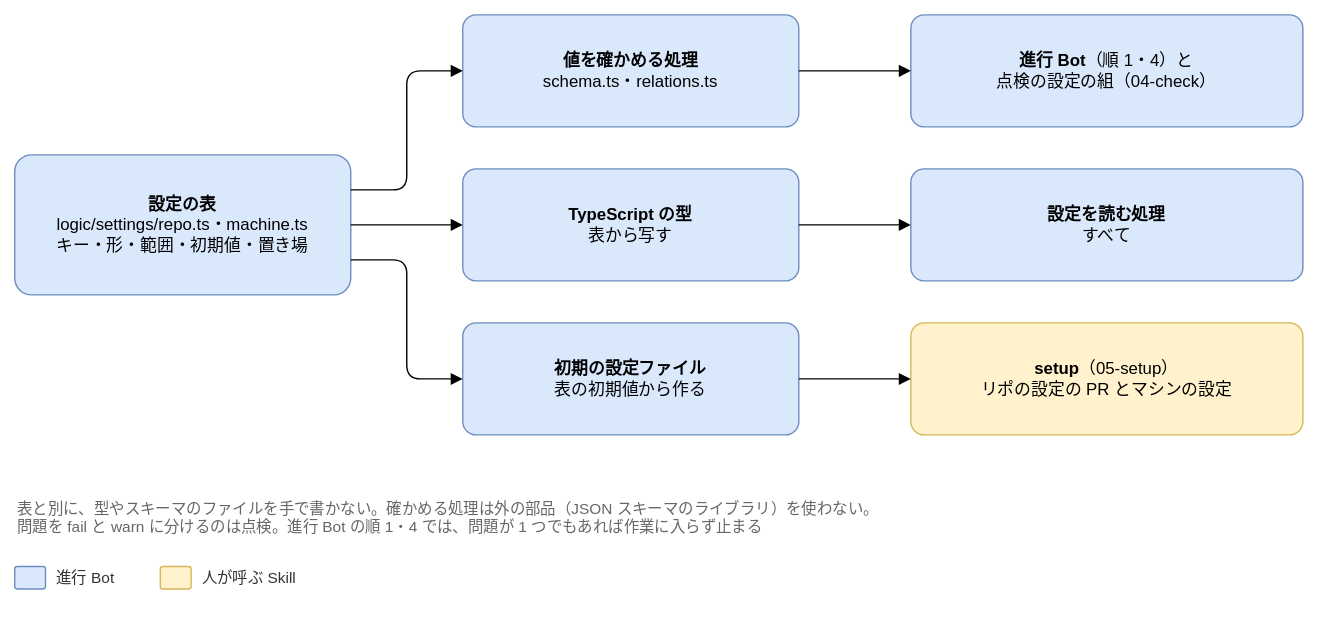
Joymerrevent/dev-autopilot keeps this draw.io diagram as docs/design/detailed/diagrams/02-settings-table.drawio.svg. Above is the earlier version. Source tidied: cells renumbered, new cells last; positions are measured from the earlier drawing's top-left corner, leaving out a move shared by most shapes. Its diagram source:
```xml
<mxGraphModel background="#ffffff">
  <root>
    <mxCell id="0" />
    <mxCell id="1" parent="0" />
    <mxCell id="2" value="&lt;b&gt;設定の表&lt;/b&gt;&lt;br&gt;logic/settings/repo.ts・machine.ts&lt;br&gt;キー・形・範囲・初期値・置き場" style="rounded=1;whiteSpace=wrap;html=1;fontSize=12;arcSize=12;spacing=12;fillColor=#dae8fc;strokeColor=#6c8ebf;" parent="1" vertex="1">
      <mxGeometry y="100" width="240" height="100" as="geometry" />
    </mxCell>
    <mxCell id="3" value="&lt;b&gt;値を確かめる処理&lt;/b&gt;&lt;br&gt;schema.ts・relations.ts" style="rounded=1;whiteSpace=wrap;html=1;fontSize=12;arcSize=12;spacing=12;fillColor=#dae8fc;strokeColor=#6c8ebf;" parent="1" vertex="1">
      <mxGeometry x="320" width="240" height="80" as="geometry" />
    </mxCell>
    <mxCell id="4" value="&lt;b&gt;進行 Bot&lt;/b&gt;（順 1・4）と&lt;br&gt;点検の設定の組（04-check）" style="rounded=1;whiteSpace=wrap;html=1;fontSize=12;arcSize=12;spacing=12;fillColor=#dae8fc;strokeColor=#6c8ebf;" parent="1" vertex="1">
      <mxGeometry x="640" width="280" height="80" as="geometry" />
    </mxCell>
    <mxCell id="5" style="edgeStyle=orthogonalEdgeStyle;rounded=1;html=1;endArrow=block;endFill=1;fontSize=11;labelBackgroundColor=#ffffff;exitX=1;exitY=0.25;exitDx=0;exitDy=0;entryX=0;entryY=0.5;entryDx=0;entryDy=0;" parent="1" edge="1" source="2" target="3">
      <mxGeometry relative="1" as="geometry">
        <Array as="points">
          <mxPoint x="280" y="125" />
          <mxPoint x="280" y="40" />
        </Array>
      </mxGeometry>
    </mxCell>
    <mxCell id="6" style="edgeStyle=orthogonalEdgeStyle;rounded=1;html=1;endArrow=block;endFill=1;fontSize=11;labelBackgroundColor=#ffffff;exitX=1;exitY=0.5;exitDx=0;exitDy=0;entryX=0;entryY=0.5;entryDx=0;entryDy=0;" parent="1" edge="1" source="3" target="4">
      <mxGeometry relative="1" as="geometry" />
    </mxCell>
    <mxCell id="7" value="&lt;b&gt;TypeScript の型&lt;/b&gt;&lt;br&gt;表から写す" style="rounded=1;whiteSpace=wrap;html=1;fontSize=12;arcSize=12;spacing=12;fillColor=#dae8fc;strokeColor=#6c8ebf;" parent="1" vertex="1">
      <mxGeometry x="320" y="110" width="240" height="80" as="geometry" />
    </mxCell>
    <mxCell id="8" value="&lt;b&gt;設定を読む処理&lt;/b&gt;&lt;br&gt;すべて" style="rounded=1;whiteSpace=wrap;html=1;fontSize=12;arcSize=12;spacing=12;fillColor=#dae8fc;strokeColor=#6c8ebf;" parent="1" vertex="1">
      <mxGeometry x="640" y="110" width="280" height="80" as="geometry" />
    </mxCell>
    <mxCell id="9" style="edgeStyle=orthogonalEdgeStyle;rounded=1;html=1;endArrow=block;endFill=1;fontSize=11;labelBackgroundColor=#ffffff;exitX=1;exitY=0.5;exitDx=0;exitDy=0;entryX=0;entryY=0.5;entryDx=0;entryDy=0;" parent="1" edge="1" source="2" target="7">
      <mxGeometry relative="1" as="geometry">
        <Array as="points">
          <mxPoint x="280" y="150" />
          <mxPoint x="280" y="150" />
        </Array>
      </mxGeometry>
    </mxCell>
    <mxCell id="10" style="edgeStyle=orthogonalEdgeStyle;rounded=1;html=1;endArrow=block;endFill=1;fontSize=11;labelBackgroundColor=#ffffff;exitX=1;exitY=0.5;exitDx=0;exitDy=0;entryX=0;entryY=0.5;entryDx=0;entryDy=0;" parent="1" edge="1" source="7" target="8">
      <mxGeometry relative="1" as="geometry" />
    </mxCell>
    <mxCell id="11" value="&lt;b&gt;初期の設定ファイル&lt;/b&gt;&lt;br&gt;表の初期値から作る" style="rounded=1;whiteSpace=wrap;html=1;fontSize=12;arcSize=12;spacing=12;fillColor=#dae8fc;strokeColor=#6c8ebf;" parent="1" vertex="1">
      <mxGeometry x="320" y="220" width="240" height="80" as="geometry" />
    </mxCell>
    <mxCell id="12" value="&lt;b&gt;setup&lt;/b&gt;（05-setup）&lt;br&gt;リポの設定の PR とマシンの設定" style="rounded=1;whiteSpace=wrap;html=1;fontSize=12;arcSize=12;spacing=12;fillColor=#fff2cc;strokeColor=#d6b656;" parent="1" vertex="1">
      <mxGeometry x="640" y="220" width="280" height="80" as="geometry" />
    </mxCell>
    <mxCell id="13" style="edgeStyle=orthogonalEdgeStyle;rounded=1;html=1;endArrow=block;endFill=1;fontSize=11;labelBackgroundColor=#ffffff;exitX=1;exitY=0.75;exitDx=0;exitDy=0;entryX=0;entryY=0.5;entryDx=0;entryDy=0;" parent="1" edge="1" source="2" target="11">
      <mxGeometry relative="1" as="geometry">
        <Array as="points">
          <mxPoint x="280" y="175" />
          <mxPoint x="280" y="260" />
        </Array>
      </mxGeometry>
    </mxCell>
    <mxCell id="14" style="edgeStyle=orthogonalEdgeStyle;rounded=1;html=1;endArrow=block;endFill=1;fontSize=11;labelBackgroundColor=#ffffff;exitX=1;exitY=0.5;exitDx=0;exitDy=0;entryX=0;entryY=0.5;entryDx=0;entryDy=0;" parent="1" edge="1" source="11" target="12">
      <mxGeometry relative="1" as="geometry" />
    </mxCell>
    <mxCell id="15" value="表と別に、型やスキーマのファイルを手で書かない。確かめる処理は外の部品（JSON スキーマのライブラリ）を使わない。&lt;br&gt;問題を fail と warn に分けるのは点検。進行 Bot の順 1・4 では、問題が 1 つでもあれば作業に入らず止まる" style="text;html=1;whiteSpace=wrap;align=left;verticalAlign=top;fontSize=11;fontColor=#666666;" parent="1" vertex="1">
      <mxGeometry y="340" width="920" height="40" as="geometry" />
    </mxCell>
    <mxCell id="16" style="rounded=1;whiteSpace=wrap;html=1;fontSize=12;arcSize=12;spacing=12;fillColor=#dae8fc;strokeColor=#6c8ebf;" parent="1" vertex="1">
      <mxGeometry y="394" width="22" height="16" as="geometry" />
    </mxCell>
    <mxCell id="17" value="進行 Bot" style="text;html=1;align=left;verticalAlign=middle;fontSize=11;fontColor=#333333;" parent="1" vertex="1">
      <mxGeometry x="28" y="392" width="60" height="20" as="geometry" />
    </mxCell>
    <mxCell id="18" style="rounded=1;whiteSpace=wrap;html=1;fontSize=12;arcSize=12;spacing=12;fillColor=#fff2cc;strokeColor=#d6b656;" parent="1" vertex="1">
      <mxGeometry x="104" y="394" width="22" height="16" as="geometry" />
    </mxCell>
    <mxCell id="19" value="人が呼ぶ Skill" style="text;html=1;align=left;verticalAlign=middle;fontSize=11;fontColor=#333333;" parent="1" vertex="1">
      <mxGeometry x="132" y="392" width="90" height="20" as="geometry" />
    </mxCell>
  </root>
</mxGraphModel>
```
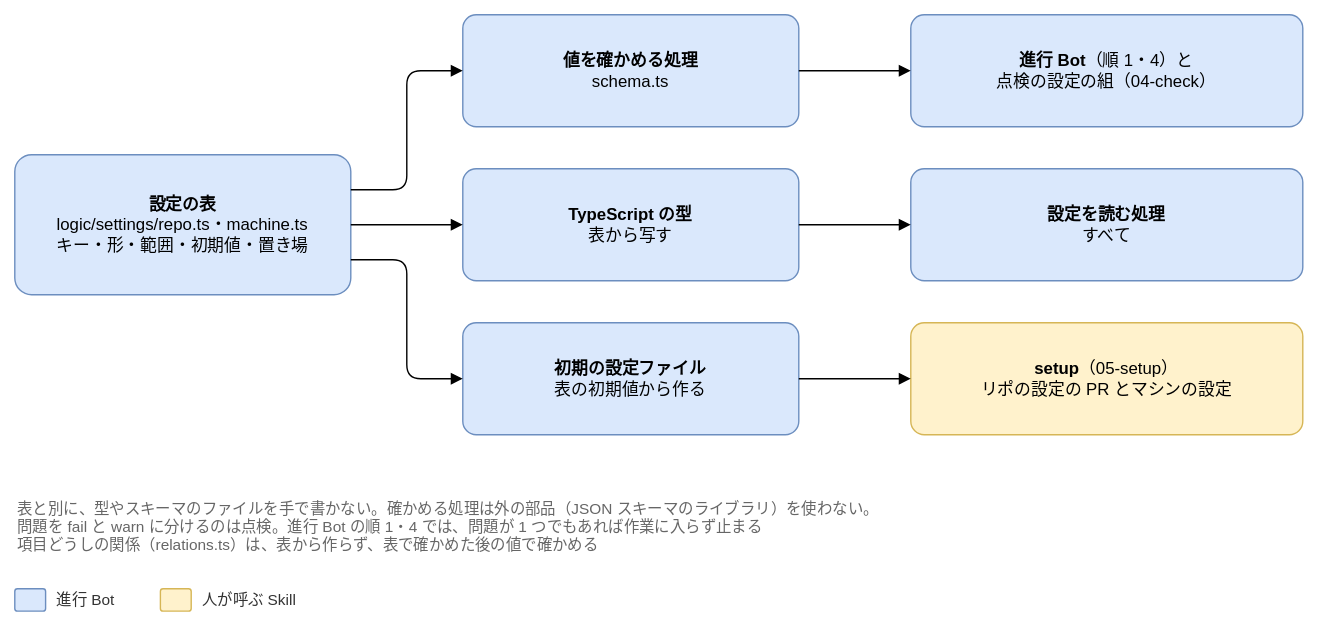
After the change.

What changed in the source:
```diff
@@ -5,7 +5,7 @@
     <mxCell id="2" value="&lt;b&gt;設定の表&lt;/b&gt;&lt;br&gt;logic/settings/repo.ts・machine.ts&lt;br&gt;キー・形・範囲・初期値・置き場" style="rounded=1;whiteSpace=wrap;html=1;fontSize=12;arcSize=12;spacing=12;fillColor=#dae8fc;strokeColor=#6c8ebf;" parent="1" vertex="1">
       <mxGeometry y="100" width="240" height="100" as="geometry" />
     </mxCell>
-    <mxCell id="3" value="&lt;b&gt;値を確かめる処理&lt;/b&gt;&lt;br&gt;schema.ts・relations.ts" style="rounded=1;whiteSpace=wrap;html=1;fontSize=12;arcSize=12;spacing=12;fillColor=#dae8fc;strokeColor=#6c8ebf;" parent="1" vertex="1">
+    <mxCell id="3" value="&lt;b&gt;値を確かめる処理&lt;/b&gt;&lt;br&gt;schema.ts" style="rounded=1;whiteSpace=wrap;html=1;fontSize=12;arcSize=12;spacing=12;fillColor=#dae8fc;strokeColor=#6c8ebf;" parent="1" vertex="1">
       <mxGeometry x="320" width="240" height="80" as="geometry" />
     </mxCell>
     <mxCell id="4" value="&lt;b&gt;進行 Bot&lt;/b&gt;（順 1・4）と&lt;br&gt;点検の設定の組（04-check）" style="rounded=1;whiteSpace=wrap;html=1;fontSize=12;arcSize=12;spacing=12;fillColor=#dae8fc;strokeColor=#6c8ebf;" parent="1" vertex="1">
@@ -56,20 +56,20 @@
     <mxCell id="14" style="edgeStyle=orthogonalEdgeStyle;rounded=1;html=1;endArrow=block;endFill=1;fontSize=11;labelBackgroundColor=#ffffff;exitX=1;exitY=0.5;exitDx=0;exitDy=0;entryX=0;entryY=0.5;entryDx=0;entryDy=0;" parent="1" edge="1" source="11" target="12">
       <mxGeometry relative="1" as="geometry" />
     </mxCell>
-    <mxCell id="15" value="表と別に、型やスキーマのファイルを手で書かない。確かめる処理は外の部品（JSON スキーマのライブラリ）を使わない。&lt;br&gt;問題を fail と warn に分けるのは点検。進行 Bot の順 1・4 では、問題が 1 つでもあれば作業に入らず止まる" style="text;html=1;whiteSpace=wrap;align=left;verticalAlign=top;fontSize=11;fontColor=#666666;" parent="1" vertex="1">
-      <mxGeometry y="340" width="920" height="40" as="geometry" />
+    <mxCell id="15" value="表と別に、型やスキーマのファイルを手で書かない。確かめる処理は外の部品（JSON スキーマのライブラリ）を使わない。&lt;br&gt;問題を fail と warn に分けるのは点検。進行 Bot の順 1・4 では、問題が 1 つでもあれば作業に入らず止まる&lt;br&gt;項目どうしの関係（relations.ts）は、表から作らず、表で確かめた後の値で確かめる" style="text;html=1;whiteSpace=wrap;align=left;verticalAlign=top;fontSize=11;fontColor=#666666;" parent="1" vertex="1">
+      <mxGeometry y="340" width="920" height="56" as="geometry" />
     </mxCell>
     <mxCell id="16" style="rounded=1;whiteSpace=wrap;html=1;fontSize=12;arcSize=12;spacing=12;fillColor=#dae8fc;strokeColor=#6c8ebf;" parent="1" vertex="1">
-      <mxGeometry y="394" width="22" height="16" as="geometry" />
+      <mxGeometry y="410" width="22" height="16" as="geometry" />
     </mxCell>
     <mxCell id="17" value="進行 Bot" style="text;html=1;align=left;verticalAlign=middle;fontSize=11;fontColor=#333333;" parent="1" vertex="1">
-      <mxGeometry x="28" y="392" width="60" height="20" as="geometry" />
+      <mxGeometry x="28" y="408" width="60" height="20" as="geometry" />
     </mxCell>
     <mxCell id="18" style="rounded=1;whiteSpace=wrap;html=1;fontSize=12;arcSize=12;spacing=12;fillColor=#fff2cc;strokeColor=#d6b656;" parent="1" vertex="1">
-      <mxGeometry x="104" y="394" width="22" height="16" as="geometry" />
+      <mxGeometry x="104" y="410" width="22" height="16" as="geometry" />
     </mxCell>
     <mxCell id="19" value="人が呼ぶ Skill" style="text;html=1;align=left;verticalAlign=middle;fontSize=11;fontColor=#333333;" parent="1" vertex="1">
-      <mxGeometry x="132" y="392" width="90" height="20" as="geometry" />
+      <mxGeometry x="132" y="408" width="90" height="20" as="geometry" />
     </mxCell>
   </root>
 </mxGraphModel>
```
